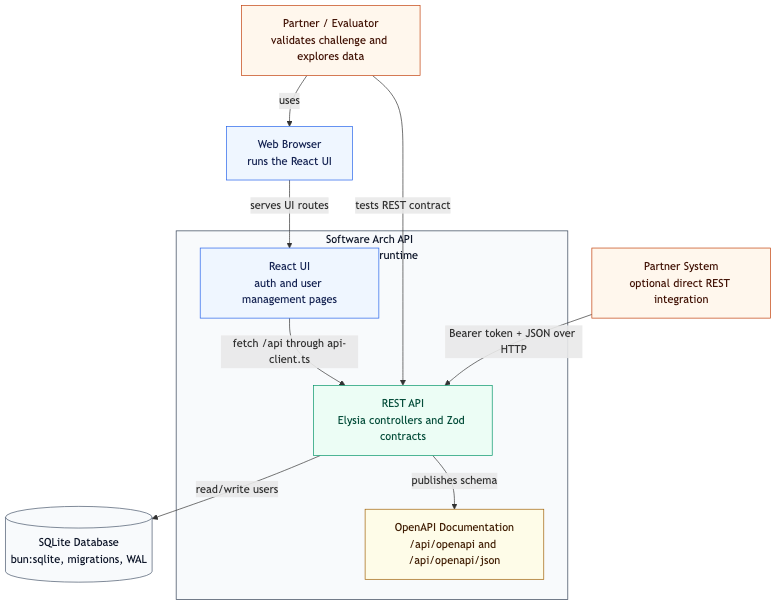
Earlier version of the Mermaid export docs/diagrams/exports/c4-context.png (elourenco/software-arch). Its source is kept beside it as docs/diagrams/c4-context.mmd.
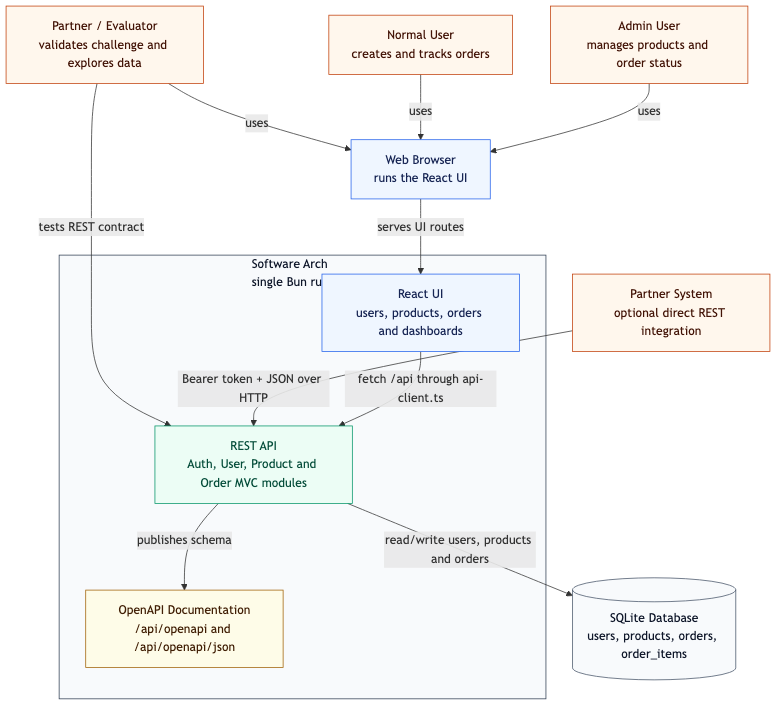
Later version of the same file.

What changed in the source:
```diff
@@ -6,26 +6,30 @@
   classDef docs fill:#fefce8,stroke:#a16207,color:#422006
 
   evaluator["Partner / Evaluator<br/>validates challenge and explores data"]
+  user["Normal User<br/>creates and tracks orders"]
+  admin["Admin User<br/>manages products and order status"]
   partnerSystem["Partner System<br/>optional direct REST integration"]
   browser["Web Browser<br/>runs the React UI"]
 
-  subgraph softwareArch["Software Arch API<br/>single Bun runtime"]
-    ui["React UI<br/>auth and user management pages"]
-    api["REST API<br/>Elysia controllers and Zod contracts"]
+  subgraph softwareArch["Software Arch<br/>single Bun runtime"]
+    ui["React UI<br/>users, products, orders and dashboards"]
+    api["REST API<br/>Auth, User, Product and Order MVC modules"]
     openapi["OpenAPI Documentation<br/>/api/openapi and /api/openapi/json"]
   end
 
-  db[("SQLite Database<br/>bun:sqlite, migrations, WAL")]
+  db[("SQLite Database<br/>users, products, orders, order_items")]
 
   evaluator -- "uses" --> browser
+  user -- "uses" --> browser
+  admin -- "uses" --> browser
   evaluator -- "tests REST contract" --> api
   partnerSystem -- "Bearer token + JSON over HTTP" --> api
   browser -- "serves UI routes" --> ui
   ui -- "fetch /api through api-client.ts" --> api
-  api -- "read/write users" --> db
+  api -- "read/write users, products and orders" --> db
   api -- "publishes schema" --> openapi
 
-  class evaluator,partnerSystem actor
+  class evaluator,user,admin,partnerSystem actor
   class browser,ui app
   class api api
   class db data
```
